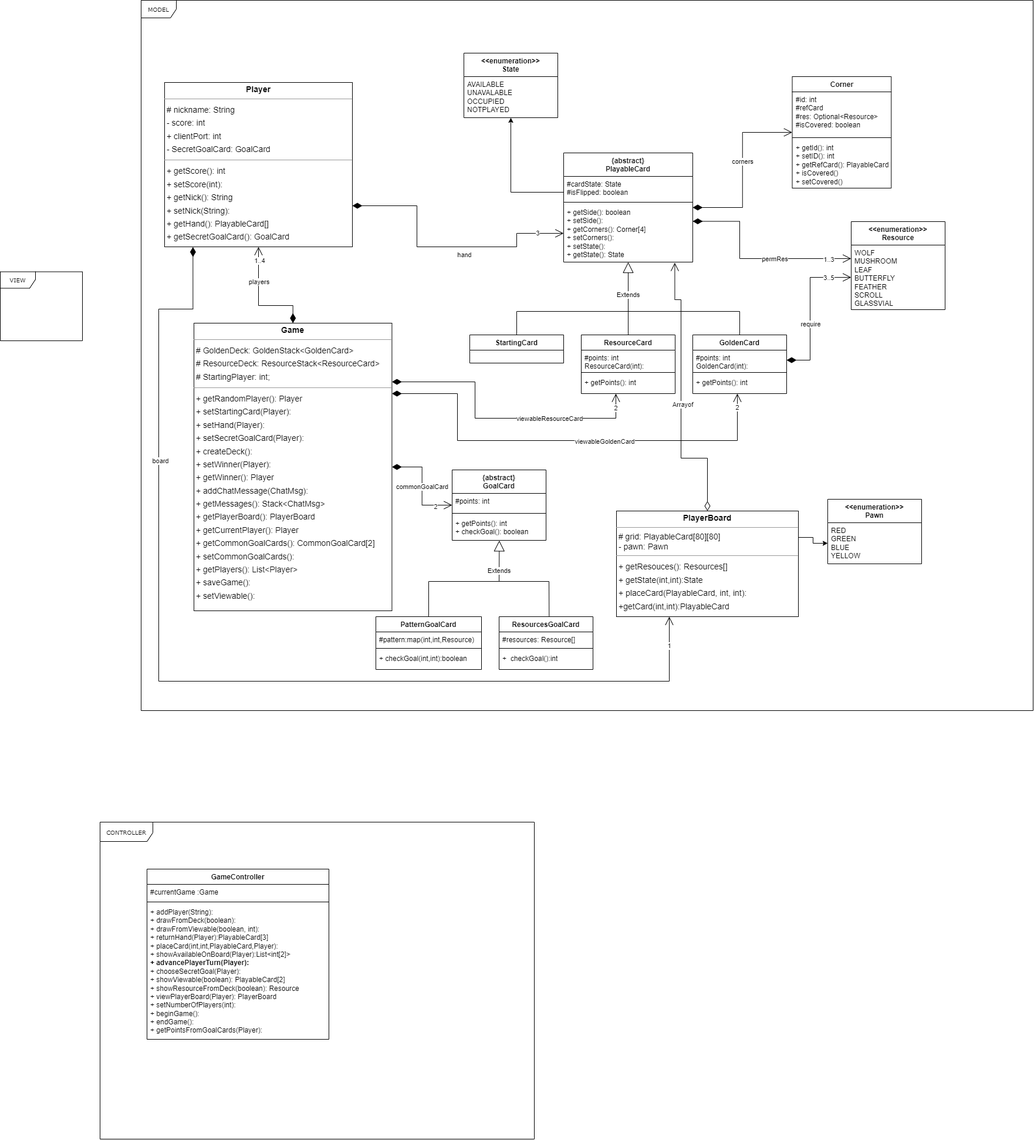
Above: UML method.png in RogerTWS02/ing-sw-2024-Esposito-Falzoni-Frisone-Grassi (draw.io), before the change. Source tidied: cells renumbered, new cells last; positions are measured from the earlier drawing's top-left corner, leaving out a move shared by most shapes.
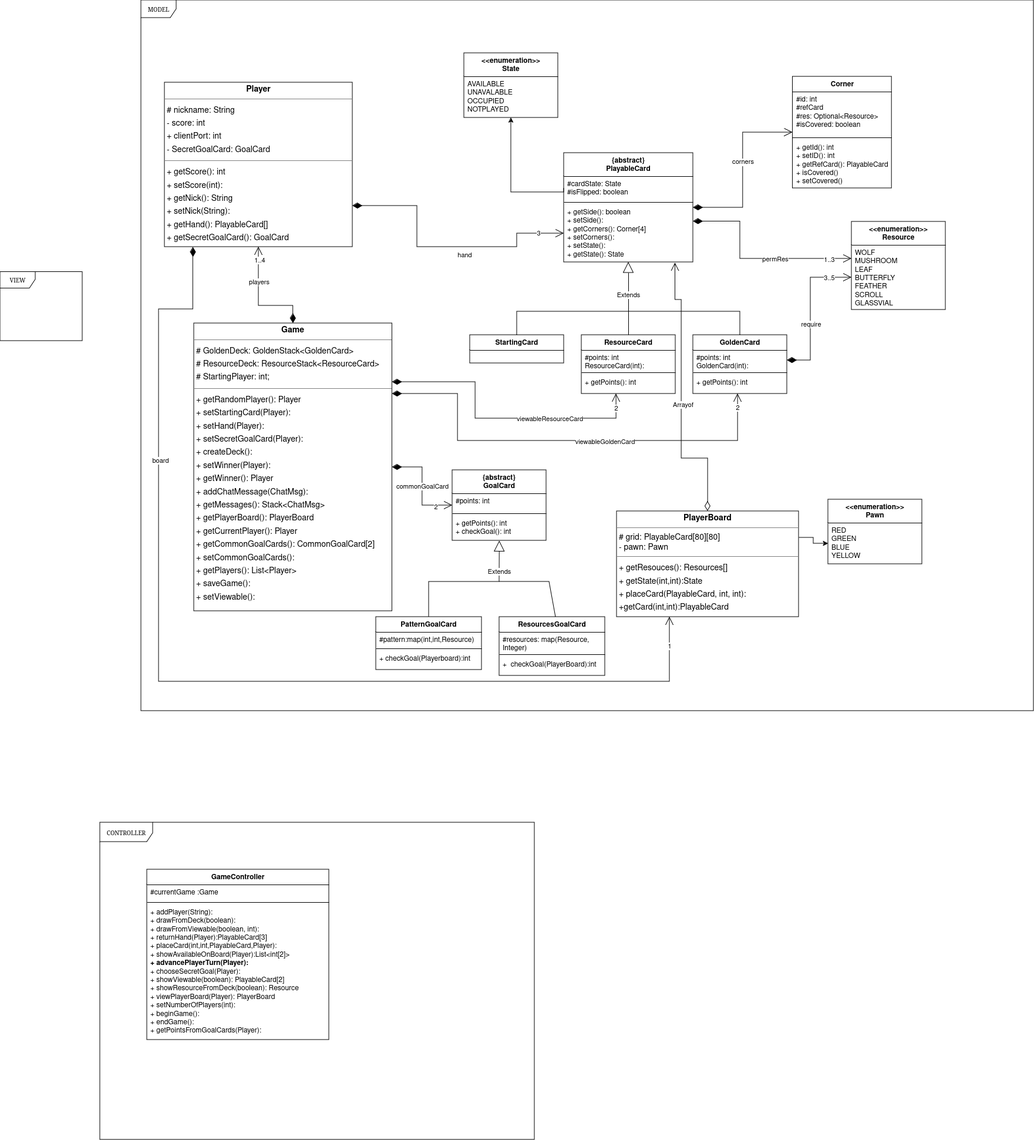
After the commit.

The edit, as a diff of the source:
```diff
@@ -257,7 +257,7 @@
     <mxCell id="61" style="line;strokeWidth=1;fillColor=none;align=left;verticalAlign=middle;spacingTop=-1;spacingLeft=3;spacingRight=3;labelPosition=right;strokeColor=inherit;" parent="59" vertex="1">
       <mxGeometry y="70" width="160" height="8" as="geometry" />
     </mxCell>
-    <mxCell id="62" value="+ getPoints(): int&lt;div&gt;+ checkGoal(): boolean&lt;br&gt;&lt;/div&gt;" style="text;strokeColor=none;fillColor=none;align=left;verticalAlign=top;spacingLeft=4;spacingRight=4;overflow=hidden;points=[[0,0.5],[1,0.5]];portConstraint=eastwest;whiteSpace=wrap;html=1;" parent="59" vertex="1">
+    <mxCell id="62" value="+ getPoints(): int&lt;div&gt;+ checkGoal(): int&lt;br&gt;&lt;/div&gt;" style="text;strokeColor=none;fillColor=none;align=left;verticalAlign=top;spacingLeft=4;spacingRight=4;overflow=hidden;points=[[0,0.5],[1,0.5]];portConstraint=eastwest;whiteSpace=wrap;html=1;" parent="59" vertex="1">
       <mxGeometry y="78" width="160" height="42" as="geometry" />
     </mxCell>
     <mxCell id="63" style="endArrow=open;html=1;endSize=12;startArrow=diamondThin;startSize=14;startFill=1;edgeStyle=orthogonalEdgeStyle;align=left;verticalAlign=bottom;rounded=0;exitX=0.151;exitY=1.001;exitDx=0;exitDy=0;exitPerimeter=0;" parent="1" edge="1" source="23" target="22">
@@ -305,20 +305,20 @@
     <mxCell id="71" style="line;strokeWidth=1;fillColor=none;align=left;verticalAlign=middle;spacingTop=-1;spacingLeft=3;spacingRight=3;labelPosition=right;strokeColor=inherit;" parent="69" vertex="1">
       <mxGeometry y="50" width="180" height="8" as="geometry" />
     </mxCell>
-    <mxCell id="72" value="+ checkGoal(int,int):boolean" style="text;strokeColor=none;fillColor=none;align=left;verticalAlign=top;spacingLeft=4;spacingRight=4;overflow=hidden;whiteSpace=wrap;html=1;" parent="69" vertex="1">
+    <mxCell id="72" value="+ checkGoal(Playerboard):int" style="text;strokeColor=none;fillColor=none;align=left;verticalAlign=top;spacingLeft=4;spacingRight=4;overflow=hidden;whiteSpace=wrap;html=1;" parent="69" vertex="1">
       <mxGeometry y="58" width="180" height="32" as="geometry" />
     </mxCell>
     <mxCell id="73" value="ResourcesGoalCard" style="swimlane;fontStyle=1;align=center;verticalAlign=top;horizontal=1;startSize=26;whiteSpace=wrap;html=1;" parent="1" vertex="1">
-      <mxGeometry x="850" y="1050" width="160" height="90" as="geometry" />
+      <mxGeometry x="850" y="1050" width="180" height="100" as="geometry" />
     </mxCell>
-    <mxCell id="74" value="#resources: Resource[]" style="text;strokeColor=none;fillColor=none;align=left;verticalAlign=top;spacingLeft=4;spacingRight=4;overflow=hidden;whiteSpace=wrap;html=1;" parent="73" vertex="1">
-      <mxGeometry y="26" width="160" height="24" as="geometry" />
+    <mxCell id="74" value="#resources: map(Resource, Integer)" style="text;strokeColor=none;fillColor=none;align=left;verticalAlign=top;spacingLeft=4;spacingRight=4;overflow=hidden;whiteSpace=wrap;html=1;" parent="73" vertex="1">
+      <mxGeometry y="26" width="180" height="34" as="geometry" />
     </mxCell>
     <mxCell id="75" style="line;strokeWidth=1;fillColor=none;align=left;verticalAlign=middle;spacingTop=-1;spacingLeft=3;spacingRight=3;labelPosition=right;strokeColor=inherit;" parent="73" vertex="1">
-      <mxGeometry y="50" width="160" height="8" as="geometry" />
+      <mxGeometry y="60" width="180" height="8" as="geometry" />
     </mxCell>
-    <mxCell id="76" value="+&amp;nbsp; checkGoal():int " style="text;strokeColor=none;fillColor=none;align=left;verticalAlign=top;spacingLeft=4;spacingRight=4;overflow=hidden;whiteSpace=wrap;html=1;" parent="73" vertex="1">
-      <mxGeometry y="58" width="160" height="32" as="geometry" />
+    <mxCell id="76" value="+&amp;nbsp; checkGoal(PlayerBoard):int " style="text;strokeColor=none;fillColor=none;align=left;verticalAlign=top;spacingLeft=4;spacingRight=4;overflow=hidden;whiteSpace=wrap;html=1;" parent="73" vertex="1">
+      <mxGeometry y="68" width="180" height="32" as="geometry" />
     </mxCell>
     <mxCell id="77" value="Extends" style="endArrow=block;endSize=16;endFill=0;html=1;rounded=0;exitX=0.5;exitY=0;exitDx=0;exitDy=0;entryX=0.502;entryY=1.007;entryDx=0;entryDy=0;entryPerimeter=0;" parent="1" edge="1" source="69" target="62">
       <mxGeometry x="0.58" relative="1" as="geometry">
```
